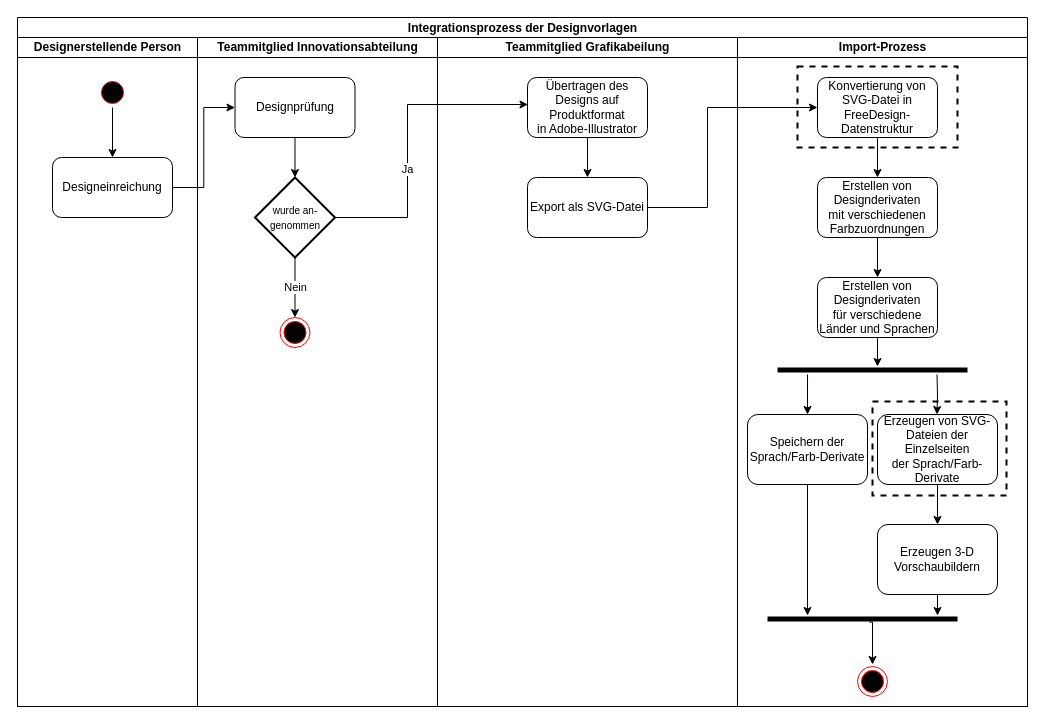
Before: Arbeit/diagrams/Freedesign-Vorlagenerstellung.drawio in albreax/Diplomarbeit, a draw.io diagram. Source tidied: cells renumbered, new cells numbered last; positions are measured from the earlier drawing's top-left corner, leaving out a move shared by most shapes. Both pictures are drawn from the tidied source at 100%, with x=0, y=0 at pixel (17, 17).
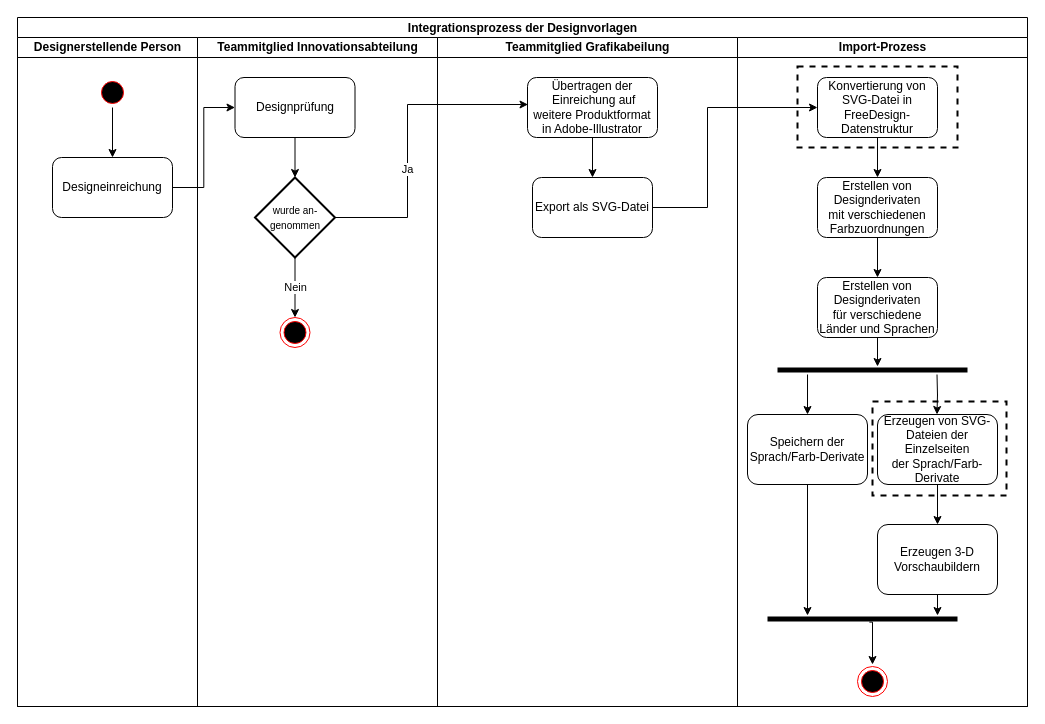
After the change.

Unchanged cells that the change refers to:
```xml
<mxCell id="13" value="Teammitglied&amp;nbsp;Grafikabeilung" style="swimlane;html=1;startSize=20;" parent="2" vertex="1">
  <mxGeometry x="420" y="20" width="300" height="669" as="geometry" />
</mxCell>
```

What changed in the source:
```diff
@@
-    <mxCell id="15" value="&lt;span&gt;Übertragen des Designs auf Produktformat&lt;/span&gt;&lt;br&gt;&lt;span&gt;in Adobe-Illustrator&lt;/span&gt;" style="rounded=1;whiteSpace=wrap;html=1;" parent="13" vertex="1">
-      <mxGeometry x="90" y="40" width="120" height="60" as="geometry" />
+    <mxCell id="15" value="&lt;span&gt;Übertragen der &amp;nbsp;Einreichung auf weitere Produktformat&lt;/span&gt;&lt;br&gt;&lt;span&gt;in Adobe-Illustrator&lt;/span&gt;" style="rounded=1;whiteSpace=wrap;html=1;" parent="13" vertex="1">
+      <mxGeometry x="90" y="40" width="130" height="60" as="geometry" />
     </mxCell>
     <mxCell id="16" value="Export als SVG-Datei" style="rounded=1;whiteSpace=wrap;html=1;" parent="13" vertex="1">
-      <mxGeometry x="90" y="140" width="120" height="60" as="geometry" />
+      <mxGeometry x="95" y="140" width="120" height="60" as="geometry" />
     </mxCell>
```
